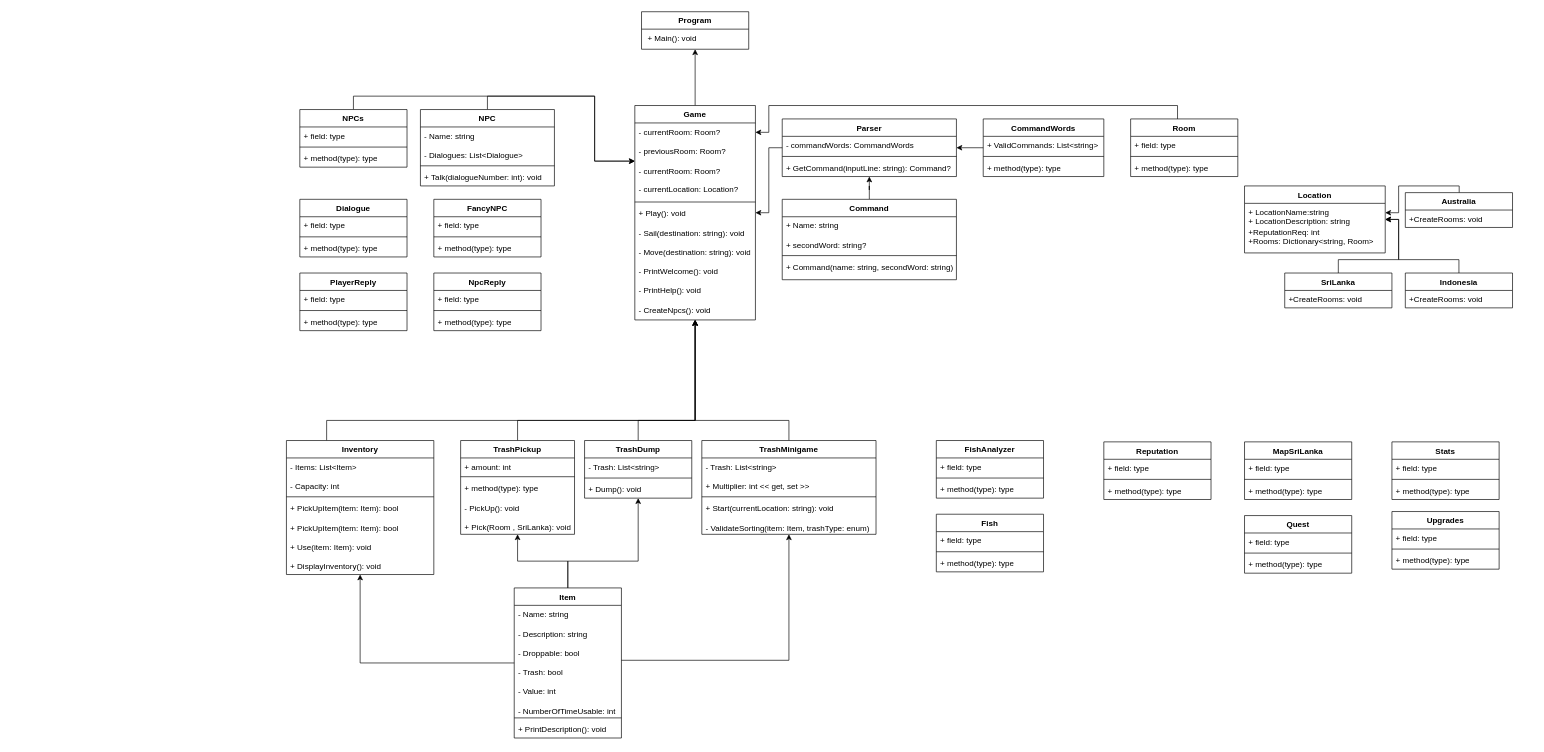
Earlier version of the draw.io diagram UML_Diagram.drawio (eduard-gangan/EcoQuest). Source tidied: cells renumbered, new cells numbered last; positions are measured from the earlier drawing's top-left corner, leaving out a move shared by most shapes. Both pictures are drawn from the tidied source at 67%, with x=0, y=0 at pixel (286, 11).
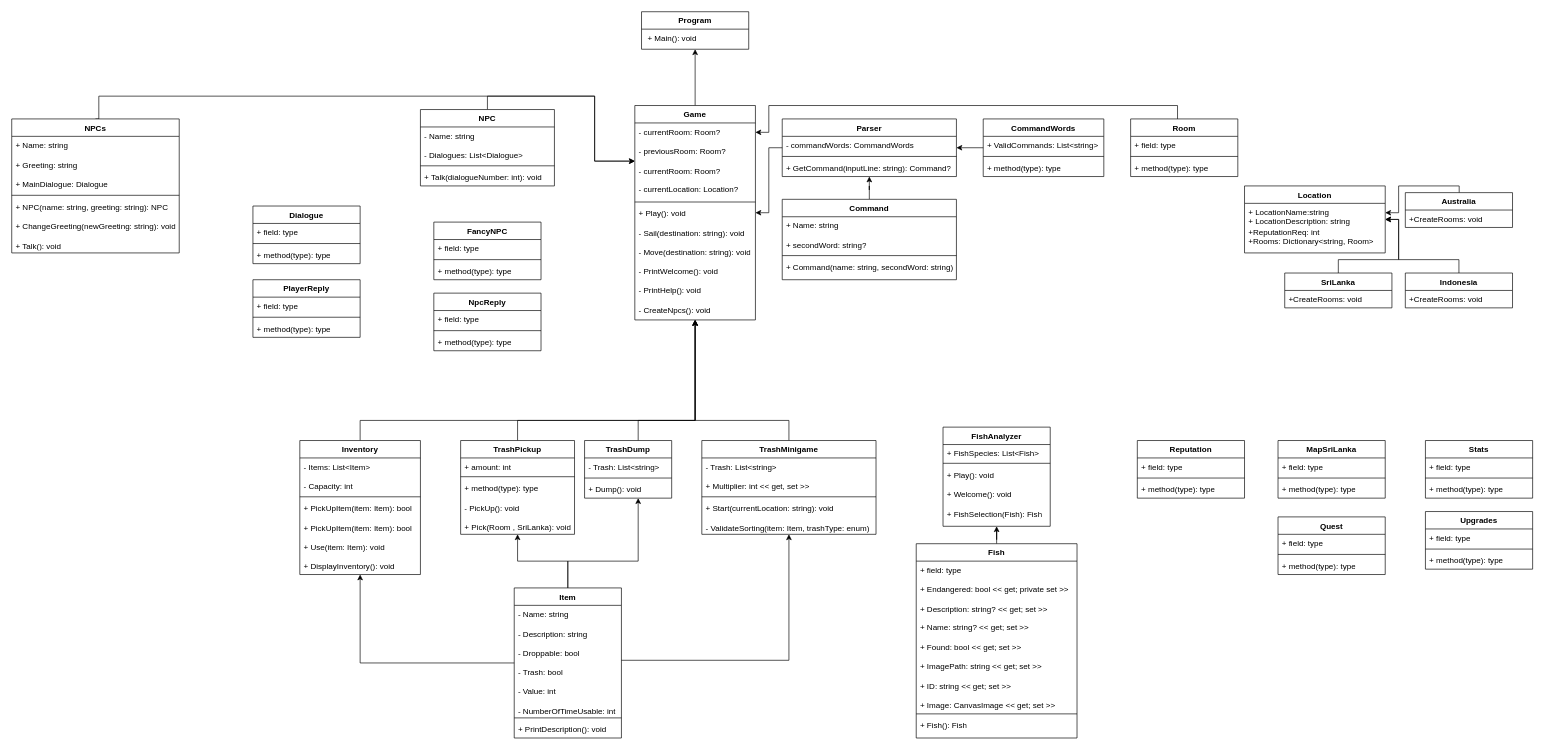
After the change.

Unchanged cells that the change refers to:
```xml
<mxCell id="5" value="Game" style="swimlane;fontStyle=1;align=center;verticalAlign=top;horizontal=1;startSize=26;whiteSpace=wrap;html=1;" parent="1" vertex="1">
  <mxGeometry x="520" y="140" width="180" height="320" as="geometry" />
</mxCell>
<mxCell id="6" value="- currentRoom: Room?&lt;div&gt;&lt;br&gt;&lt;div&gt;- previousRoom: Room?&lt;/div&gt;&lt;div&gt;&lt;br&gt;&lt;/div&gt;&lt;div&gt;- currentRoom: Room?&lt;br&gt;&lt;/div&gt;&lt;div&gt;&lt;br&gt;&lt;/div&gt;&lt;div&gt;- currentLocation: Location?&lt;/div&gt;&lt;/div&gt;" style="text;strokeColor=none;fillColor=none;align=left;verticalAlign=top;spacingLeft=4;spacingRight=4;overflow=hidden;points=[[0,0.5],[1,0.5]];portConstraint=eastwest;whiteSpace=wrap;html=1;" parent="5" vertex="1">
  <mxGeometry y="26" width="180" height="114" as="geometry" />
</mxCell>
```

Diff of the diagram source:
```diff
@@
     <mxCell id="24" style="edgeStyle=orthogonalEdgeStyle;rounded=0;jettySize=auto;html=1;" parent="1" edge="1" source="25" target="5">
       <mxGeometry relative="1" as="geometry">
         <Array as="points">
-          <mxPoint x="60" y="610" />
+          <mxPoint x="110" y="610" />
           <mxPoint x="610" y="610" />
         </Array>
       </mxGeometry>
     </mxCell>
     <mxCell id="25" value="Inventory" style="swimlane;fontStyle=1;align=center;verticalAlign=top;horizontal=1;startSize=26;whiteSpace=wrap;html=1;" parent="1" vertex="1">
-      <mxGeometry y="640" width="220" height="200" as="geometry" />
+      <mxGeometry x="20" y="640" width="180" height="200" as="geometry" />
     </mxCell>
     <mxCell id="26" value="- Items: List&amp;lt;Item&amp;gt;&lt;div&gt;&lt;br&gt;&lt;/div&gt;&lt;div&gt;- Capacity: int&lt;/div&gt;&lt;div&gt;&lt;br&gt;&lt;/div&gt;" style="text;strokeColor=none;fillColor=none;align=left;verticalAlign=top;spacingLeft=4;spacingRight=4;overflow=hidden;whiteSpace=wrap;html=1;" parent="25" vertex="1">
-      <mxGeometry y="26" width="220" height="54" as="geometry" />
+      <mxGeometry y="26" width="180" height="54" as="geometry" />
     </mxCell>
     <mxCell id="27" style="line;strokeWidth=1;fillColor=none;align=left;verticalAlign=middle;spacingTop=-1;spacingLeft=3;spacingRight=3;labelPosition=right;strokeColor=inherit;" parent="25" vertex="1">
-      <mxGeometry y="80" width="220" height="8" as="geometry" />
+      <mxGeometry y="80" width="180" height="8" as="geometry" />
     </mxCell>
     <mxCell id="28" value="&lt;div&gt;+ PickUpItem(item: Item): bool&lt;/div&gt;&lt;div&gt;&lt;br&gt;&lt;/div&gt;&lt;div&gt;+ PickUpItem(item: Item): bool&lt;/div&gt;&lt;div&gt;&lt;br&gt;&lt;/div&gt;&lt;div&gt;&lt;span class=&quot;hljs-operator&quot;&gt;+&lt;/span&gt;&amp;nbsp;Use(item: Item): void&lt;/div&gt;&lt;div&gt;&lt;br&gt;&lt;/div&gt;&lt;div&gt;&lt;span class=&quot;hljs-operator&quot;&gt;+&lt;/span&gt;&amp;nbsp;DisplayInventory(): void&amp;nbsp;&lt;/div&gt;" style="text;strokeColor=none;fillColor=none;align=left;verticalAlign=top;spacingLeft=4;spacingRight=4;overflow=hidden;whiteSpace=wrap;html=1;" parent="25" vertex="1">
-      <mxGeometry y="88" width="220" height="112" as="geometry" />
+      <mxGeometry y="88" width="180" height="112" as="geometry" />
     </mxCell>
@@
     <mxCell id="41" value="FancyNPC" style="swimlane;fontStyle=1;align=center;verticalAlign=top;horizontal=1;startSize=26;whiteSpace=wrap;html=1;" parent="1" vertex="1">
-      <mxGeometry x="220" y="280" width="160" height="86" as="geometry" />
+      <mxGeometry x="220" y="314" width="160" height="86" as="geometry" />
     </mxCell>
@@
     <mxCell id="45" value="Dialogue" style="swimlane;fontStyle=1;align=center;verticalAlign=top;horizontal=1;startSize=26;whiteSpace=wrap;html=1;" parent="1" vertex="1">
-      <mxGeometry x="20" y="280" width="160" height="86" as="geometry" />
+      <mxGeometry x="-50" y="290" width="160" height="86" as="geometry" />
     </mxCell>
@@
     <mxCell id="49" value="Reputation" style="swimlane;fontStyle=1;align=center;verticalAlign=top;horizontal=1;startSize=26;whiteSpace=wrap;html=1;" parent="1" vertex="1">
-      <mxGeometry x="1220" y="642" width="160" height="86" as="geometry" />
+      <mxGeometry x="1270" y="640" width="160" height="86" as="geometry" />
     </mxCell>
@@
     <mxCell id="53" value="NpcReply" style="swimlane;fontStyle=1;align=center;verticalAlign=top;horizontal=1;startSize=26;whiteSpace=wrap;html=1;" parent="1" vertex="1">
-      <mxGeometry x="220" y="390" width="160" height="86" as="geometry" />
+      <mxGeometry x="220" y="420" width="160" height="86" as="geometry" />
     </mxCell>
@@
     <mxCell id="57" value="PlayerReply" style="swimlane;fontStyle=1;align=center;verticalAlign=top;horizontal=1;startSize=26;whiteSpace=wrap;html=1;" parent="1" vertex="1">
-      <mxGeometry x="20" y="390" width="160" height="86" as="geometry" />
+      <mxGeometry x="-50" y="400" width="160" height="86" as="geometry" />
     </mxCell>
@@
     <mxCell id="61" value="Quest" style="swimlane;fontStyle=1;align=center;verticalAlign=top;horizontal=1;startSize=26;whiteSpace=wrap;html=1;" parent="1" vertex="1">
-      <mxGeometry x="1430" y="752" width="160" height="86" as="geometry" />
+      <mxGeometry x="1480" y="754" width="160" height="86" as="geometry" />
     </mxCell>
@@
     <mxCell id="70" style="edgeStyle=orthogonalEdgeStyle;rounded=0;jettySize=auto;html=1;exitX=0.5;exitY=0;exitDx=0;exitDy=0;" parent="1" edge="1" source="71" target="6">
       <mxGeometry relative="1" as="geometry">
         <Array as="points">
-          <mxPoint x="100" y="126" />
+          <mxPoint x="-280" y="160" />
+          <mxPoint x="-280" y="126" />
           <mxPoint x="460" y="126" />
           <mxPoint x="460" y="223" />
         </Array>
       </mxGeometry>
     </mxCell>
     <mxCell id="71" value="NPCs" style="swimlane;fontStyle=1;align=center;verticalAlign=top;horizontal=1;startSize=26;whiteSpace=wrap;html=1;" parent="1" vertex="1">
-      <mxGeometry x="20" y="146" width="160" height="86" as="geometry" />
+      <mxGeometry x="-410" y="160" width="250" height="200" as="geometry" />
     </mxCell>
-    <mxCell id="72" value="+ field: type" style="text;strokeColor=none;fillColor=none;align=left;verticalAlign=top;spacingLeft=4;spacingRight=4;overflow=hidden;whiteSpace=wrap;html=1;" parent="71" vertex="1">
-      <mxGeometry y="26" width="160" height="26" as="geometry" />
+    <mxCell id="72" value="&lt;div&gt;+ Name: string&lt;br&gt;&lt;/div&gt;&lt;div&gt;&lt;br&gt;&lt;/div&gt;&lt;div&gt;+ Greeting: string&lt;/div&gt;&lt;div&gt;&lt;br&gt;&lt;/div&gt;&lt;div&gt;+ MainDialogue: Dialogue&lt;/div&gt;" style="text;strokeColor=none;fillColor=none;align=left;verticalAlign=top;spacingLeft=4;spacingRight=4;overflow=hidden;whiteSpace=wrap;html=1;" parent="71" vertex="1">
+      <mxGeometry y="26" width="250" height="84" as="geometry" />
     </mxCell>
     <mxCell id="73" style="line;strokeWidth=1;fillColor=none;align=left;verticalAlign=middle;spacingTop=-1;spacingLeft=3;spacingRight=3;labelPosition=right;strokeColor=inherit;" parent="71" vertex="1">
-      <mxGeometry y="52" width="160" height="8" as="geometry" />
+      <mxGeometry y="110" width="250" height="8" as="geometry" />
     </mxCell>
-    <mxCell id="74" value="+ method(type): type" style="text;strokeColor=none;fillColor=none;align=left;verticalAlign=top;spacingLeft=4;spacingRight=4;overflow=hidden;whiteSpace=wrap;html=1;" parent="71" vertex="1">
-      <mxGeometry y="60" width="160" height="26" as="geometry" />
+    <mxCell id="74" value="+ NPC(name: string, greeting: string): NPC&lt;div&gt;&lt;br&gt;&lt;/div&gt;&lt;div&gt;+ ChangeGreeting(newGreeting: string): void&lt;br&gt;&lt;/div&gt;&lt;div&gt;&lt;br&gt;&lt;/div&gt;&lt;div&gt;+ Talk(): void&lt;br&gt;&lt;/div&gt;" style="text;strokeColor=none;fillColor=none;align=left;verticalAlign=top;spacingLeft=4;spacingRight=4;overflow=hidden;whiteSpace=wrap;html=1;" parent="71" vertex="1">
+      <mxGeometry y="118" width="250" height="82" as="geometry" />
     </mxCell>
     <mxCell id="75" value="MapSriLanka" style="swimlane;fontStyle=1;align=center;verticalAlign=top;horizontal=1;startSize=26;whiteSpace=wrap;html=1;" parent="1" vertex="1">
-      <mxGeometry x="1430" y="642" width="160" height="86" as="geometry" />
+      <mxGeometry x="1480" y="640" width="160" height="86" as="geometry" />
     </mxCell>
@@
     <mxCell id="85" value="TrashDump" style="swimlane;fontStyle=1;align=center;verticalAlign=top;horizontal=1;startSize=26;whiteSpace=wrap;html=1;" parent="1" vertex="1">
-      <mxGeometry x="445" y="640" width="160" height="86" as="geometry" />
+      <mxGeometry x="445" y="640" width="130" height="86" as="geometry" />
     </mxCell>
     <mxCell id="86" value="- Trash: List&amp;lt;string&amp;gt;" style="text;strokeColor=none;fillColor=none;align=left;verticalAlign=top;spacingLeft=4;spacingRight=4;overflow=hidden;whiteSpace=wrap;html=1;" parent="85" vertex="1">
-      <mxGeometry y="26" width="160" height="26" as="geometry" />
+      <mxGeometry y="26" width="130" height="26" as="geometry" />
     </mxCell>
     <mxCell id="87" style="line;strokeWidth=1;fillColor=none;align=left;verticalAlign=middle;spacingTop=-1;spacingLeft=3;spacingRight=3;labelPosition=right;strokeColor=inherit;" parent="85" vertex="1">
-      <mxGeometry y="52" width="160" height="8" as="geometry" />
+      <mxGeometry y="52" width="130" height="8" as="geometry" />
     </mxCell>
     <mxCell id="88" value="+ Dump(): void" style="text;strokeColor=none;fillColor=none;align=left;verticalAlign=top;spacingLeft=4;spacingRight=4;overflow=hidden;whiteSpace=wrap;html=1;" parent="85" vertex="1">
-      <mxGeometry y="60" width="160" height="26" as="geometry" />
+      <mxGeometry y="60" width="130" height="26" as="geometry" />
     </mxCell>
@@
     <mxCell id="94" value="Upgrades" style="swimlane;fontStyle=1;align=center;verticalAlign=top;horizontal=1;startSize=26;whiteSpace=wrap;html=1;" parent="1" vertex="1">
-      <mxGeometry x="1650" y="746" width="160" height="86" as="geometry" />
+      <mxGeometry x="1700" y="746" width="160" height="86" as="geometry" />
     </mxCell>
@@
     <mxCell id="98" value="Stats" style="swimlane;fontStyle=1;align=center;verticalAlign=top;horizontal=1;startSize=26;whiteSpace=wrap;html=1;" parent="1" vertex="1">
-      <mxGeometry x="1650" y="642" width="160" height="86" as="geometry" />
+      <mxGeometry x="1700" y="640" width="160" height="86" as="geometry" />
     </mxCell>
@@
     <mxCell id="115" value="FishAnalyzer" style="swimlane;fontStyle=1;align=center;verticalAlign=top;horizontal=1;startSize=26;whiteSpace=wrap;html=1;" parent="1" vertex="1">
-      <mxGeometry x="970" y="640" width="160" height="86" as="geometry" />
+      <mxGeometry x="980" y="620" width="160" height="148" as="geometry" />
     </mxCell>
-    <mxCell id="116" value="+ field: type" style="text;strokeColor=none;fillColor=none;align=left;verticalAlign=top;spacingLeft=4;spacingRight=4;overflow=hidden;whiteSpace=wrap;html=1;" parent="115" vertex="1">
-      <mxGeometry y="26" width="160" height="26" as="geometry" />
+    <mxCell id="116" value="&lt;div&gt;+ FishSpecies: List&amp;lt;Fish&amp;gt;&lt;br&gt;&lt;/div&gt;" style="text;strokeColor=none;fillColor=none;align=left;verticalAlign=top;spacingLeft=4;spacingRight=4;overflow=hidden;whiteSpace=wrap;html=1;" parent="115" vertex="1">
+      <mxGeometry y="26" width="160" height="24" as="geometry" />
     </mxCell>
     <mxCell id="117" style="line;strokeWidth=1;fillColor=none;align=left;verticalAlign=middle;spacingTop=-1;spacingLeft=3;spacingRight=3;labelPosition=right;strokeColor=inherit;" parent="115" vertex="1">
-      <mxGeometry y="52" width="160" height="8" as="geometry" />
+      <mxGeometry y="50" width="160" height="8" as="geometry" />
     </mxCell>
-    <mxCell id="118" value="+ method(type): type" style="text;strokeColor=none;fillColor=none;align=left;verticalAlign=top;spacingLeft=4;spacingRight=4;overflow=hidden;whiteSpace=wrap;html=1;" parent="115" vertex="1">
-      <mxGeometry y="60" width="160" height="26" as="geometry" />
+    <mxCell id="118" value="+ Play(): void&lt;div&gt;&lt;br&gt;&lt;/div&gt;&lt;div&gt;+ Welcome(): void&lt;/div&gt;&lt;div&gt;&lt;br&gt;&lt;/div&gt;&lt;div&gt;+ FishSelection(Fish): Fish&lt;/div&gt;" style="text;strokeColor=none;fillColor=none;align=left;verticalAlign=top;spacingLeft=4;spacingRight=4;overflow=hidden;whiteSpace=wrap;html=1;" parent="115" vertex="1">
+      <mxGeometry y="58" width="160" height="90" as="geometry" />
     </mxCell>
+    <mxCell id="123" style="edgeStyle=orthogonalEdgeStyle;rounded=0;jettySize=auto;html=1;" parent="1" edge="1" source="119" target="115">
+      <mxGeometry relative="1" as="geometry" />
+    </mxCell>
     <mxCell id="119" value="Fish" style="swimlane;fontStyle=1;align=center;verticalAlign=top;horizontal=1;startSize=26;whiteSpace=wrap;html=1;" parent="1" vertex="1">
-      <mxGeometry x="970" y="750" width="160" height="86" as="geometry" />
+      <mxGeometry x="940" y="794" width="240" height="290" as="geometry" />
     </mxCell>
-    <mxCell id="120" value="+ field: type" style="text;strokeColor=none;fillColor=none;align=left;verticalAlign=top;spacingLeft=4;spacingRight=4;overflow=hidden;whiteSpace=wrap;html=1;" parent="119" vertex="1">
-      <mxGeometry y="26" width="160" height="26" as="geometry" />
+    <mxCell id="120" value="+ field: type&lt;div&gt;&lt;br&gt;&lt;/div&gt;&lt;div&gt;+ Endangered: bool &amp;lt;&amp;lt; get; private set &amp;gt;&amp;gt;&amp;nbsp;&lt;/div&gt;&lt;div&gt;&lt;br&gt;&lt;/div&gt;&lt;div&gt;+ Description: string? &amp;lt;&amp;lt; get; set &amp;gt;&amp;gt;&lt;/div&gt;&lt;div&gt;&lt;br&gt;&lt;/div&gt;&lt;div&gt;+ Name: string? &amp;lt;&amp;lt; get; set &amp;gt;&amp;gt;&lt;/div&gt;&lt;div&gt;&lt;br&gt;&lt;/div&gt;&lt;div&gt;+ Found: bool &amp;lt;&amp;lt; get; set &amp;gt;&amp;gt;&lt;/div&gt;&lt;div&gt;&lt;br&gt;&lt;/div&gt;&lt;div&gt;+ ImagePath: string &amp;lt;&amp;lt; get; set &amp;gt;&amp;gt;&lt;/div&gt;&lt;div&gt;&lt;br&gt;&lt;/div&gt;&lt;div&gt;+ ID: string &amp;lt;&amp;lt; get; set &amp;gt;&amp;gt;&lt;/div&gt;&lt;div&gt;&lt;br&gt;&lt;/div&gt;&lt;div&gt;+ Image: CanvasImage &amp;lt;&amp;lt; get; set &amp;gt;&amp;gt;&lt;/div&gt;&lt;div&gt;&lt;br&gt;&lt;/div&gt;&lt;div&gt;&lt;br&gt;&lt;/div&gt;" style="text;strokeColor=none;fillColor=none;align=left;verticalAlign=top;spacingLeft=4;spacingRight=4;overflow=hidden;whiteSpace=wrap;html=1;" parent="119" vertex="1">
+      <mxGeometry y="26" width="240" height="224" as="geometry" />
     </mxCell>
     <mxCell id="121" style="line;strokeWidth=1;fillColor=none;align=left;verticalAlign=middle;spacingTop=-1;spacingLeft=3;spacingRight=3;labelPosition=right;strokeColor=inherit;" parent="119" vertex="1">
-      <mxGeometry y="52" width="160" height="8" as="geometry" />
+      <mxGeometry y="250" width="240" height="8" as="geometry" />
     </mxCell>
-    <mxCell id="122" value="+ method(type): type" style="text;strokeColor=none;fillColor=none;align=left;verticalAlign=top;spacingLeft=4;spacingRight=4;overflow=hidden;whiteSpace=wrap;html=1;" parent="119" vertex="1">
-      <mxGeometry y="60" width="160" height="26" as="geometry" />
+    <mxCell id="122" value="+ Fish(): Fish" style="text;strokeColor=none;fillColor=none;align=left;verticalAlign=top;spacingLeft=4;spacingRight=4;overflow=hidden;whiteSpace=wrap;html=1;" parent="119" vertex="1">
+      <mxGeometry y="258" width="240" height="32" as="geometry" />
     </mxCell>
```
